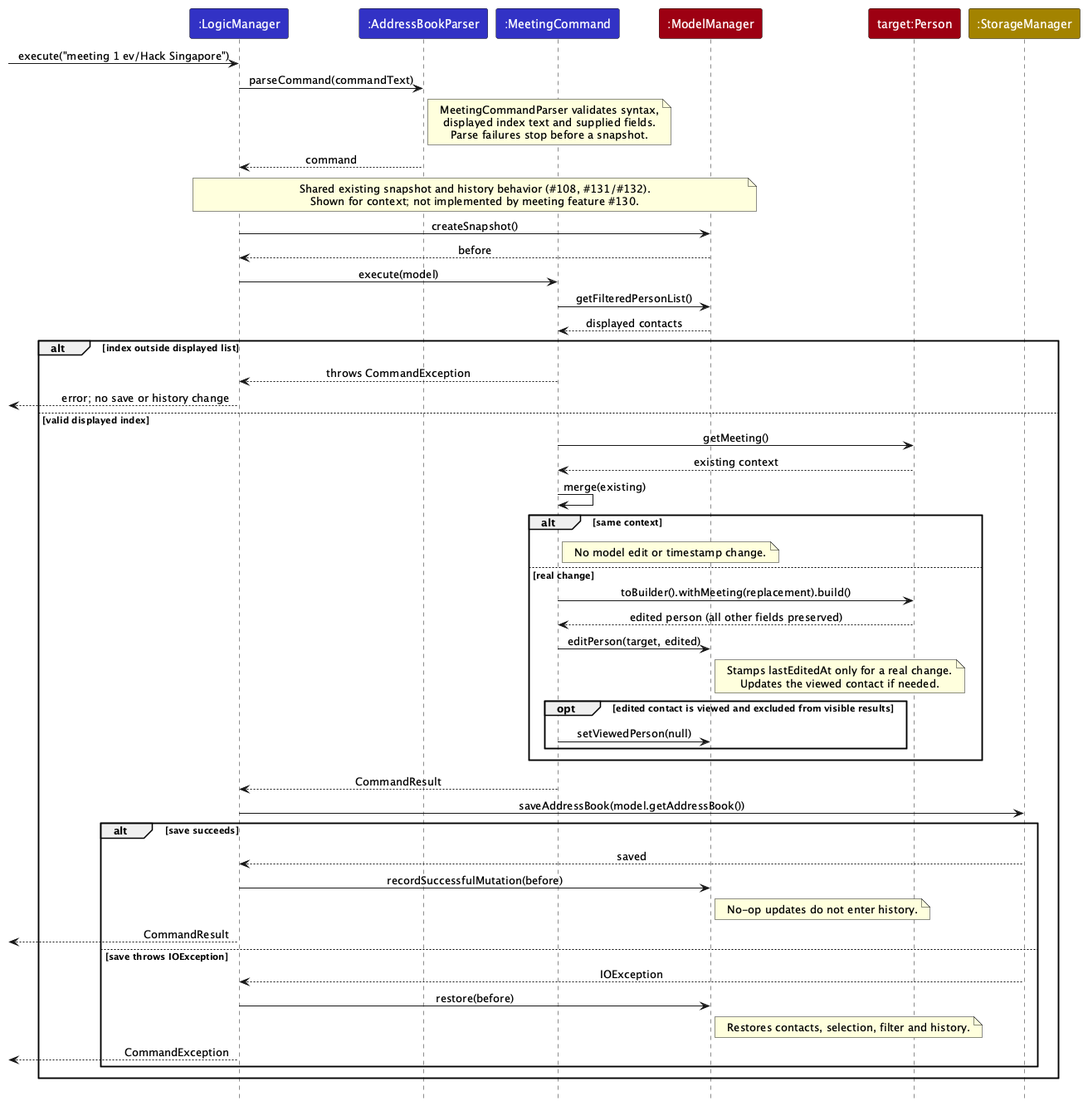
Before: docs/images/MeetingUpdateSequenceDiagram.png, a diagram exported from PlantUML (AY2627S1-CS2103T-W12-2/tp).
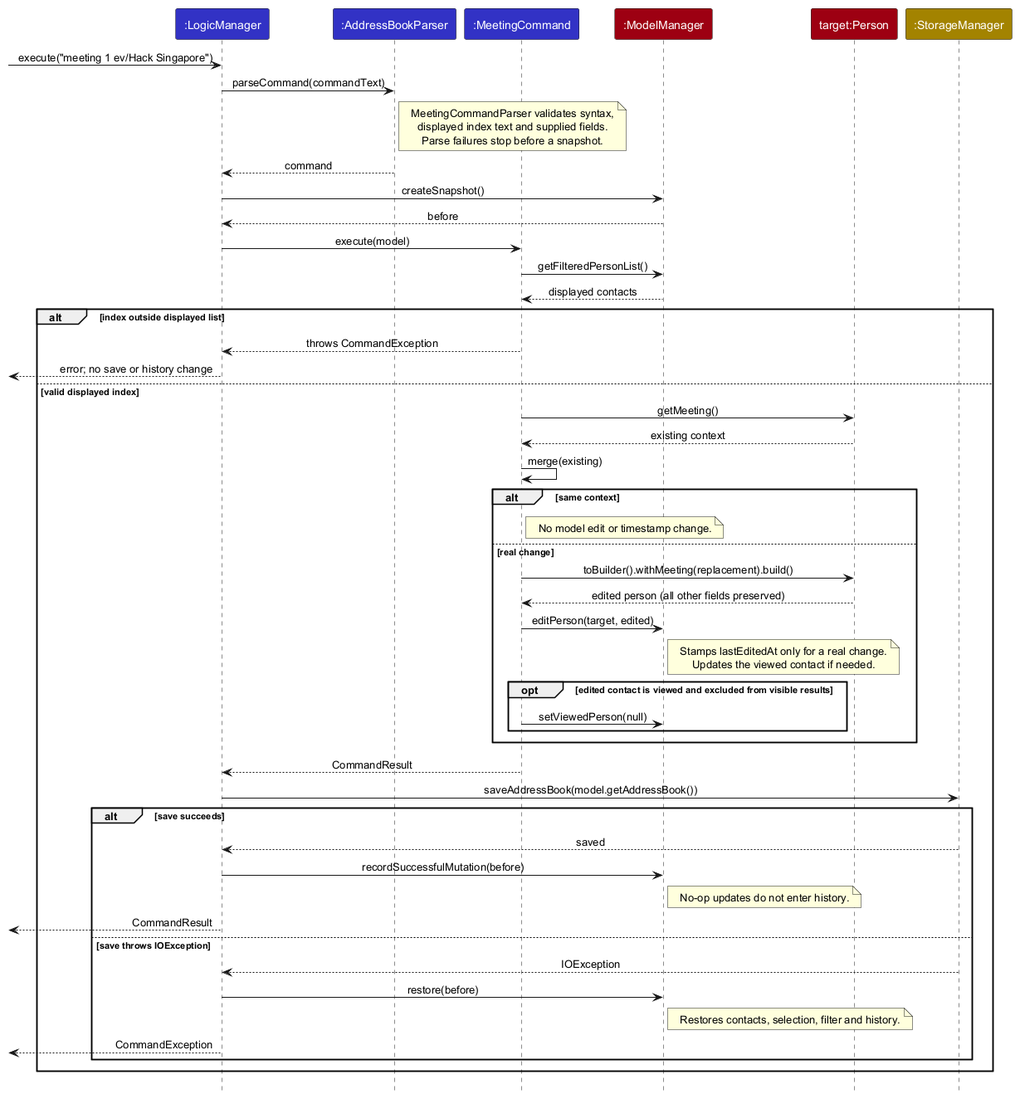
The same file after the commit.

Change to the diagram source:
```diff
@@ -1,5 +1,4 @@
 @startuml
-!pragma layout smetana
 !include style.puml
 skinparam ArrowFontStyle plain
 
@@ -18,10 +17,6 @@
   Parse failures stop before a snapshot.
 end note
 Parser --> Logic : command
-note over Logic, Model
-  Shared existing snapshot and history behavior (#108, #131/#132).
-  Shown for context; not implemented by meeting feature #130.
-end note
 Logic -> Model : createSnapshot()
 Model --> Logic : before
 Logic -> Command : execute(model)
```
